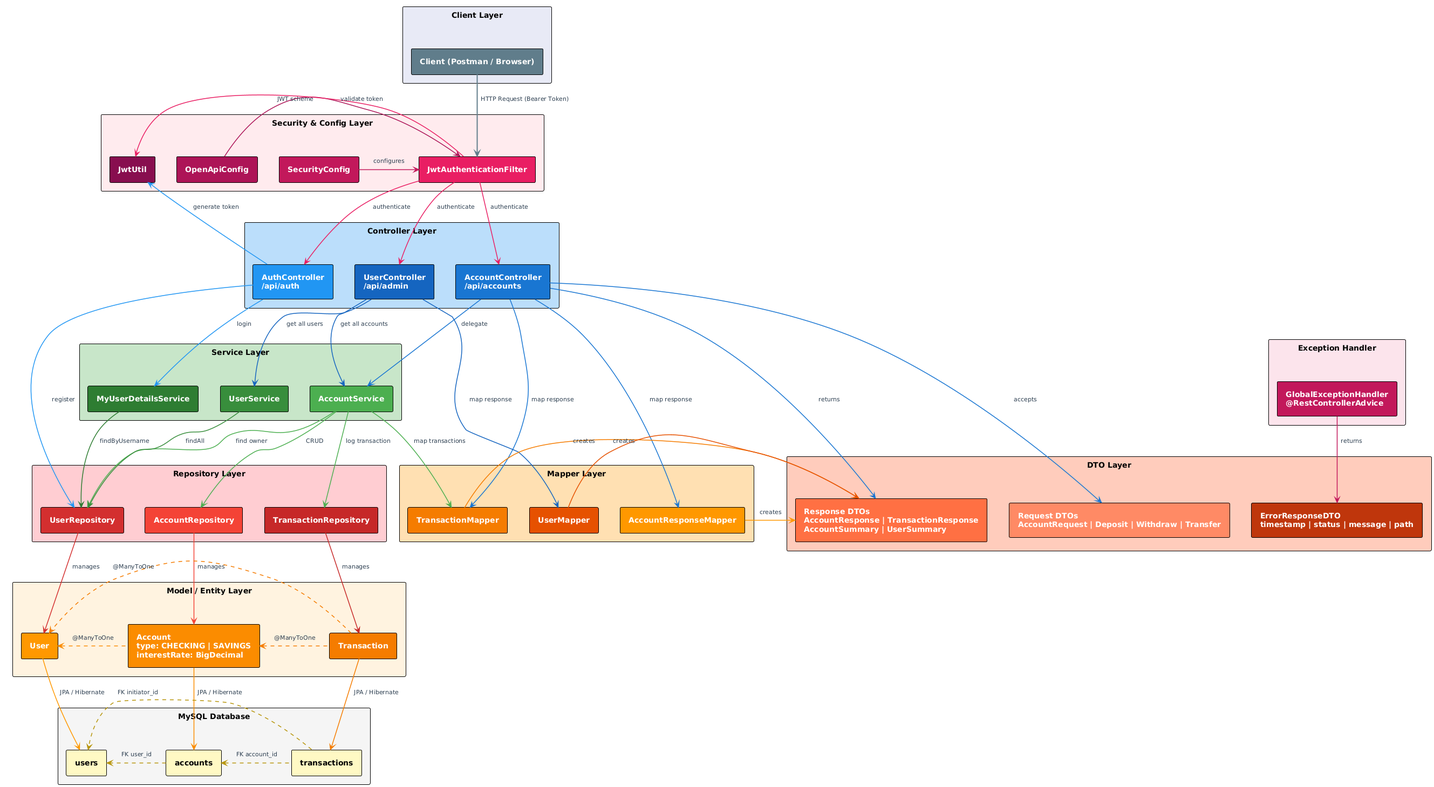
OmarElmelegy/Banking-api keeps this PlantUML diagram as docs/Banking API Architecture.png. Above is the earlier version.
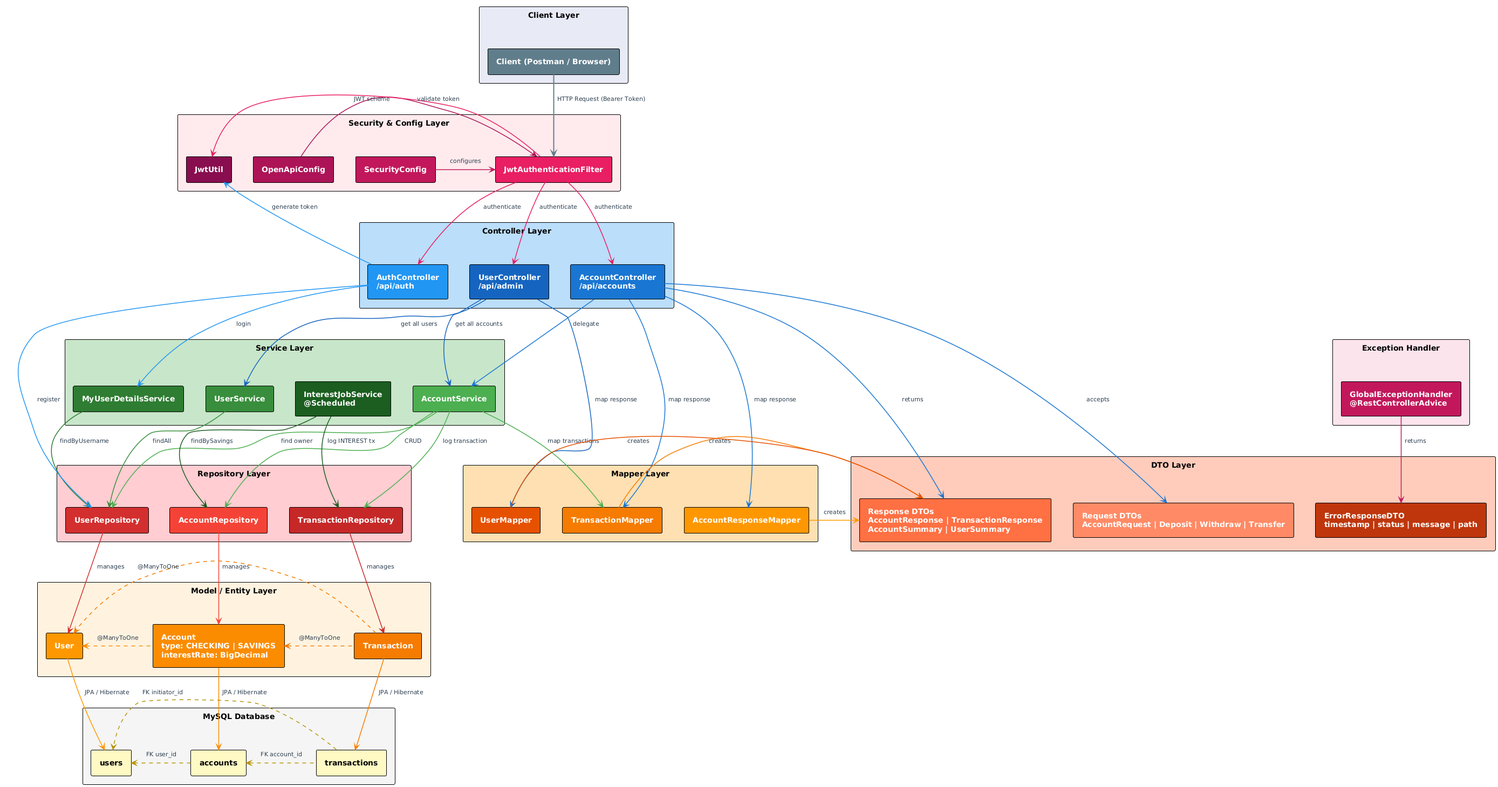
After the commit.

Commit message:
feat: add scheduled interest payments for SAVINGS accounts

Change to the diagram source:
```diff
@@ -41,6 +41,7 @@
   rectangle "MyUserDetailsService" as UserDetailsSvc #2E7D32;text:white
   rectangle "AccountService" as AccSvc #4CAF50;text:white
   rectangle "UserService" as UserSvc #388E3C;text:white
+  rectangle "InterestJobService\n@Scheduled" as InterestSvc #1B5E20;text:white
 }
 
 rectangle "Mapper Layer" #FFE0B2 {
@@ -110,6 +111,8 @@
 AccSvc -[#4CAF50]down-> TxRepo : log transaction
 UserSvc -[#388E3C]down-> UserRepo : findAll
 AuthCtrl -[#2196F3]down-> UserRepo : register
+InterestSvc -[#1B5E20]down-> AccRepo : findBySavings
+InterestSvc -[#1B5E20]down-> TxRepo : log INTEREST tx
 
 UserRepo -[#D32F2F]down-> UserModel : manages
 AccRepo -[#F44336]down-> AccModel : manages
```
